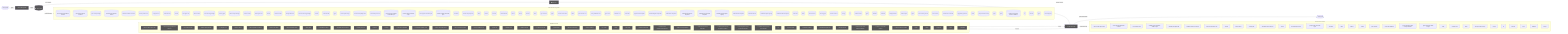
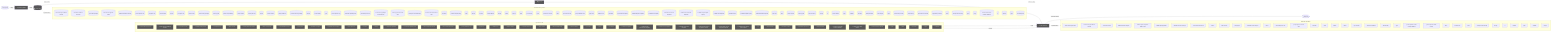
flowchart LR
  UserQ(["👤 User Query"])
  Embed["📐 Embedding Model"]
  VecDB[("📚 Vector Store")]
  Retriever["🔍 Retriever"]
  LLMNode["🧠 LLM / Generator"]
  Output(["✅ Response"])
  UserQ -->|query| Embed
  Embed -->|vector| VecDB
  VecDB -->|top-k chunks| Retriever
  Retriever -->|context + query| LLMNode
  LLMNode -->|generated answer| Output
  subgraph DetectedMemory["Detected memory stores"]
    det_detectedmemory_check_steering_feedback_contract_80134459[("check-steering-feedback-contract")]
    det_detectedmemory_normalize_workflow_contracts_8701f1c8[("normalize-workflow-contracts")]
    det_detectedmemory_sync_codex_preflight_7e7a8dc2[("sync-codex-preflight")]
    det_detectedmemory_test_harness_upgrade_matrix_84113c4e[("test-harness-upgrade-matrix")]
    det_detectedmemory_validate_workflow_contracts_33dc063c[("validate-workflow-contracts")]
    det_detectedmemory_branch_protect_core_a8feb0fd[("branch-protect-core")]
    det_detectedmemory_ci_migrate_core_7005b5af[("ci-migrate-core")]
    det_detectedmemory_context_health_80bb7da9[("context-health")]
    det_detectedmemory_context_ea7792a2[("context")]
    det_detectedmemory_docs_gate_core_eb9b6c18[("docs-gate-core")]
    det_detectedmemory_index_context_de3ed39d[("index-context")]
    det_detectedmemory_local_memory_preflight_dcc36c42[("local-memory-preflight")]
    det_detectedmemory_memory_gate_a577a506[("memory-gate")]
    det_detectedmemory_pattern_scope_siblings_43abe000[("pattern-scope-siblings")]
    det_detectedmemory_review_context_ca6cf81d[("review-context")]
    det_detectedmemory_review_gate_core_4c8001f9[("review-gate-core")]
    det_detectedmemory_search_24193290[("search")]
    det_detectedmemory_session_context_e5ec72c0[("session-context")]
    det_detectedmemory_tooling_audit_core_328d6a41[("tooling-audit-core")]
    det_detectedmemory_run_local_memory_preflight_36e92808[("run-local-memory-preflight")]
    det_detectedmemory_checker_d2d2328e[("checker")]
    det_detectedmemory_context_health_1_ceb11829[("context-health")]
    det_detectedmemory_types_1_4ecdf56e[("types")]
    det_detectedmemory_branch_protect_sync_570adb18[("branch-protect-sync")]
    det_detectedmemory_command_capability_rules_ca3f496a[("command-capability-rules")]
    det_detectedmemory_command_specs_core_1c0ffc99[("command-specs-core")]
    det_detectedmemory_local_memory_preflight_command_spec_9e23f3ce[("local-memory-preflight-command-spec")]
    det_detectedmemory_memory_gate_command_spec_dc9001a9[("memory-gate-command-spec")]
    det_detectedmemory_review_gate_command_spec_3187376a[("review-gate-command-spec")]
    det_detectedmemory_session_context_command_spec_973afbb1[("session-context-command-spec")]
    det_detectedmemory_constants_7517017f[("constants")]
    det_detectedmemory_context_compact_policy_3dcaf95d[("context-compact-policy")]
    det_detectedmemory_index_1bc04b52[("index")]
    det_detectedmemory_indexer_70fa78e5[("indexer")]
    det_detectedmemory_init_error_5c7dd49f[("init-error")]
    det_detectedmemory_lexical_fallback_723e2b3e[("lexical-fallback")]
    det_detectedmemory_ollama_76e3c7bf[("ollama")]
    det_detectedmemory_rollout_a4fa034c[("rollout")]
    det_detectedmemory_sources_878a52fc[("sources")]
    det_detectedmemory_store_824d80d7[("store")]
    det_detectedmemory_sync_contract_c79fa191[("sync-contract")]
    det_detectedmemory_types_5_f869ec4b[("types")]
    det_detectedmemory_harness_run_context_ac7c77a9[("harness-run-context")]
    det_detectedmemory_index_1_faebc14e[("index")]
    det_detectedmemory_json_schema_core_96d7e328[("json-schema-core")]
    det_detectedmemory_policy_validators_core_714a3fe7[("policy-validators-core")]
    det_detectedmemory_types_core_e405ddca[("types-core")]
    det_detectedmemory_validator_core_4358f8ba[("validator-core")]
    det_detectedmemory_init_modes_c05ceb07[("init-modes")]
    det_detectedmemory_project_brain_templates_7ef51530[("project-brain-templates")]
    det_detectedmemory_scaffold_diagram_templates_dd88e83c[("scaffold-diagram-templates")]
    det_detectedmemory_scaffold_doc_templates_f6152330[("scaffold-doc-templates")]
    det_detectedmemory_scaffold_environment_templates_c1ceba6a[("scaffold-environment-templates")]
    det_detectedmemory_scaffold_root_command_templates_404fed7f[("scaffold-root-command-templates")]
    det_detectedmemory_scaffold_script_template_registry_69312d4e[("scaffold-script-template-registry")]
    det_detectedmemory_scaffold_shell_templates_0ad0f915[("scaffold-shell-templates")]
    det_detectedmemory_scaffold_surfaces_12d6494e[("scaffold-surfaces")]
    det_detectedmemory_scaffold_template_registry_b1cce2aa[("scaffold-template-registry")]
    det_detectedmemory_scaffold_workflow_template_92310587[("scaffold-workflow-template")]
    det_detectedmemory_eval_seed_5699fd3e[("eval-seed")]
    det_detectedmemory_index_6_fc9e91e2[("index")]
    det_detectedmemory_review_context_1_e3afed15[("review-context")]
    det_detectedmemory_memory_gate_1_265164ac[("memory-gate")]
    det_detectedmemory_branch_enforcer_acb749cd[("branch-enforcer")]
    det_detectedmemory_cli_args_5_09ea29f0[("cli-args")]
    det_detectedmemory_cli_6_eac72be2[("cli")]
    det_detectedmemory_metrics_tracker_98cec29c[("metrics-tracker")]
    det_detectedmemory_types_15_86775c96[("types")]
    det_detectedmemory_validator_4_5180cf23[("validator")]
    det_detectedmemory_classifier_fe1991a9[("classifier")]
    det_detectedmemory_tooling_baseline_50ab2eeb[("tooling-baseline")]
    det_detectedmemory_claim_helpers_20dc8387[("claim-helpers")]
    det_detectedmemory_types_20_071a0112[("types")]
    det_detectedmemory_local_memory_smoke_1175abfc[("local-memory-smoke")]
    det_detectedmemory_local_memory_0db17ecc[("local-memory")]
    det_detectedmemory_performance_overload_c685bfcf[("performance-overload")]
    det_detectedmemory_suggestion_generator_0956f794[("suggestion-generator")]
    det_detectedmemory_index_8_6f0f20ec[("index")]
    det_detectedmemory_prompt_context_receipt_17b862b2[("prompt-context-receipt")]
    det_detectedmemory_types_27_4d134744[("types")]
    det_detectedmemory_policy_1_fc4198db[("policy")]
    det_detectedmemory_runtime_card_codex_runtime_validation_d8ce9934[("runtime-card-codex-runtime-validation")]
    det_detectedmemory_cli_11_338a8415[("cli")]
    det_detectedmemory_collector_0736fd5b[("collector")]
    det_detectedmemory_types_30_424b976c[("types")]
    det_detectedmemory_overload_guard_2748c559[("overload-guard")]
  end
  VecDB -. "implemented by" .-> DetectedMemory
  subgraph DetectedLLM["Detected LLM clients"]
    det_detectedllm_check_codex_agent_roles_5bb2e89b["check-codex-agent-roles"]
    det_detectedllm_check_steering_feedback_contract_80134459["check-steering-feedback-contract"]
    det_detectedllm_run_harness_evals_77704768["run-harness-evals"]
+     det_detectedllm_validate_decision_request_2e5c325e["validate-decision-request"]
    det_detectedllm_validate_goal_completion_audit_receipt_100d252c["validate-goal-completion-audit-receipt"]
    det_detectedllm_validate_packaged_skill_5e32c890["validate-packaged-skill"]
    det_detectedllm_validate_reviewer_coverage_251efee3["validate-reviewer-coverage"]
    det_detectedllm_check_environment_core_2c16213f["check-environment-core"]
    det_detectedllm_context_ea7792a2["context"]
    det_detectedllm_index_context_de3ed39d["index-context"]
    det_detectedllm_prompt_gate_c5e9d207["prompt-gate"]
    det_detectedllm_remediate_runner_helpers_929fedcc["remediate-runner-helpers"]
    det_detectedllm_search_24193290["search"]
    det_detectedllm_command_specs_core_1c0ffc99["command-specs-core"]
    det_detectedllm_prompt_gate_command_spec_9a941482["prompt-gate-command-spec"]
    det_detectedllm_constants_7517017f["constants"]
    det_detectedllm_index_1bc04b52["index"]
    det_detectedllm_indexer_70fa78e5["indexer"]
    det_detectedllm_ollama_76e3c7bf["ollama"]
    det_detectedllm_sync_contract_c79fa191["sync-contract"]
    det_detectedllm_north_star_validators_cfc926ce["north-star-validators"]
+     det_detectedllm_hilt_boundary_9b36fb15["hilt-boundary"]
+     det_detectedllm_types_7_2f1ed65e["types"]
    det_detectedllm_goal_completion_audit_receipt_validation_9d0f4891["goal-completion-audit-receipt-validation"]
    det_detectedllm_goal_completion_audit_receipt_5e4939c3["goal-completion-audit-receipt"]
    det_detectedllm_index_2_10143590["index"]
    det_detectedllm_sensitive_text_7c11f760["sensitive-text"]
    det_detectedllm_index_8_6f0f20ec["index"]
    det_detectedllm_prompt_context_receipt_17b862b2["prompt-context-receipt"]
    det_detectedllm_cli_args_9_9c136878["cli-args"]
    det_detectedllm_cli_10_35dc8cbd["cli"]
    det_detectedllm_sections_4697ef32["sections"]
    det_detectedllm_types_23_4352ee2e["types"]
    det_detectedllm_validator_6_3688adbf["validator"]
    det_detectedllm_cli_args_10_861cdd3f["cli-args"]
  end
  LLMNode -. "implemented by" .-> DetectedLLM
  subgraph DetectedTools["Agentic tool calls"]
    det_detectedtools_check_codex_agent_roles_5bb2e89b["🔧 check-codex-agent-roles"]
    det_detectedtools_check_steering_feedback_contract_80134459["🔧 check-steering-feedback-contract"]
    det_detectedtools_run_harness_evals_77704768["🔧 run-harness-evals"]
    det_detectedtools_validate_packaged_skill_5e32c890["🔧 validate-packaged-skill"]
    det_detectedtools_ci_migrate_core_7005b5af["🔧 ci-migrate-core"]
    det_detectedtools_doctor_checks_5a2eb2b9["🔧 doctor-checks"]
    det_detectedtools_doctor_github_tool_checks_a53b0382["🔧 doctor-github-tool-checks"]
    det_detectedtools_doctor_tool_checks_4acac51a["🔧 doctor-tool-checks"]
    det_detectedtools_next_blocked_decisions_4140ad2b["🔧 next-blocked-decisions"]
    det_detectedtools_policy_gate_213f7313["🔧 policy-gate"]
    det_detectedtools_remediate_cli_output_cc165396["🔧 remediate-cli-output"]
    det_detectedtools_remediate_runner_helpers_929fedcc["🔧 remediate-runner-helpers"]
    det_detectedtools_review_gate_core_4c8001f9["🔧 review-gate-core"]
    det_detectedtools_checker_d2d2328e["🔧 checker"]
    det_detectedtools_cli_args_1_6144b055["🔧 cli-args"]
    det_detectedtools_command_capabilities_a4d5c71e["🔧 command-capabilities"]
    det_detectedtools_command_capability_rules_ca3f496a["🔧 command-capability-rules"]
    det_detectedtools_linear_command_actions_e430f4f4["🔧 linear-command-actions"]
    det_detectedtools_linear_command_runner_4a740dfc["🔧 linear-command-runner"]
    det_detectedtools_policy_validators_core_714a3fe7["🔧 policy-validators-core"]
    det_detectedtools_types_core_e405ddca["🔧 types-core"]
    det_detectedtools_validator_core_4358f8ba["🔧 validator-core"]
    det_detectedtools_validator_helpers_7b927667["🔧 validator-helpers"]
    det_detectedtools_he_phase_exit_core_1148895b["🔧 he-phase-exit-core"]
    det_detectedtools_ralph_runtime_73d63c0e["🔧 ralph-runtime"]
    det_detectedtools_observed_skill_usage_ed7d5930["🔧 observed-skill-usage"]
    det_detectedtools_closure_evidence_aaa31467["🔧 closure-evidence"]
    det_detectedtools_pr_creator_dc6b1ea4["🔧 pr-creator"]
    det_detectedtools_client_948fe603["🔧 client"]
    det_detectedtools_init_output_360dce91["🔧 init-output"]
    det_detectedtools_scaffold_ci_templates_2afd6392["🔧 scaffold-ci-templates"]
    det_detectedtools_scaffold_codex_environment_templates_334fbbed["🔧 scaffold-codex-environment-templates"]
    det_detectedtools_scaffold_config_templates_4b80ce53["🔧 scaffold-config-templates"]
    det_detectedtools_scaffold_environment_templates_c1ceba6a["🔧 scaffold-environment-templates"]
    det_detectedtools_scaffold_github_actions_pr_pipeline_renderer_1ee18de5["🔧 scaffold-github-actions-pr-pipeline-renderer"]
    det_detectedtools_scaffold_github_actions_pr_pipeline_template_e2b85f62["🔧 scaffold-github-actions-pr-pipeline-template"]
    det_detectedtools_scaffold_release_private_npm_template_075499f8["🔧 scaffold-release-private-npm-template"]
    det_detectedtools_cli_6_eac72be2["🔧 cli"]
    det_detectedtools_metrics_tracker_98cec29c["🔧 metrics-tracker"]
    det_detectedtools_normalise_renderer_85f2e563["🔧 normalise-renderer"]
    det_detectedtools_evaluation_engine_core_e054fe49["🔧 evaluation-engine-core"]
    det_detectedtools_tooling_baseline_50ab2eeb["🔧 tooling-baseline"]
    det_detectedtools_runtime_card_codex_runtime_validation_d8ce9934["🔧 runtime-card-codex-runtime-validation"]
    det_detectedtools_runtime_card_codex_runtime_0655e230["🔧 runtime-card-codex-runtime"]
    det_detectedtools_runtime_evidence_bundle_d471a232["🔧 runtime-evidence-bundle"]
    det_detectedtools_types_32_bfe791ff["🔧 types"]
    det_detectedtools_index_12_762ec91b["🔧 index"]
    det_detectedtools_projection_1b250ea1["🔧 projection"]
    det_detectedtools_types_34_85e6a0bb["🔧 types"]
    det_detectedtools_validation_4_62980ebd["🔧 validation"]
  end
  LLMNode -->|tool use| DetectedTools
  DetectedTools -->|result| LLMNode
  classDef memNode fill:#555,color:#fff
  class VecDB,Retriever memNode
  classDef llmNode fill:#555,color:#fff
  class LLMNode,Embed llmNode
  classDef toolNode fill:#555,color:#fff
  class det_detectedtools_check_codex_agent_roles_5bb2e89b,det_detectedtools_check_steering_feedback_contract_80134459,det_detectedtools_run_harness_evals_77704768,det_detectedtools_validate_packaged_skill_5e32c890,det_detectedtools_ci_migrate_core_7005b5af,det_detectedtools_doctor_checks_5a2eb2b9,det_detectedtools_doctor_github_tool_checks_a53b0382,det_detectedtools_doctor_tool_checks_4acac51a,det_detectedtools_next_blocked_decisions_4140ad2b,det_detectedtools_policy_gate_213f7313,det_detectedtools_remediate_cli_output_cc165396,det_detectedtools_remediate_runner_helpers_929fedcc,det_detectedtools_review_gate_core_4c8001f9,det_detectedtools_checker_d2d2328e,det_detectedtools_cli_args_1_6144b055,det_detectedtools_command_capabilities_a4d5c71e,det_detectedtools_command_capability_rules_ca3f496a,det_detectedtools_linear_command_actions_e430f4f4,det_detectedtools_linear_command_runner_4a740dfc,det_detectedtools_policy_validators_core_714a3fe7,det_detectedtools_types_core_e405ddca,det_detectedtools_validator_core_4358f8ba,det_detectedtools_validator_helpers_7b927667,det_detectedtools_he_phase_exit_core_1148895b,det_detectedtools_ralph_runtime_73d63c0e,det_detectedtools_observed_skill_usage_ed7d5930,det_detectedtools_closure_evidence_aaa31467,det_detectedtools_pr_creator_dc6b1ea4,det_detectedtools_client_948fe603,det_detectedtools_init_output_360dce91,det_detectedtools_scaffold_ci_templates_2afd6392,det_detectedtools_scaffold_codex_environment_templates_334fbbed,det_detectedtools_scaffold_config_templates_4b80ce53,det_detectedtools_scaffold_environment_templates_c1ceba6a,det_detectedtools_scaffold_github_actions_pr_pipeline_renderer_1ee18de5,det_detectedtools_scaffold_github_actions_pr_pipeline_template_e2b85f62,det_detectedtools_scaffold_release_private_npm_template_075499f8,det_detectedtools_cli_6_eac72be2,det_detectedtools_metrics_tracker_98cec29c,det_detectedtools_normalise_renderer_85f2e563,det_detectedtools_evaluation_engine_core_e054fe49,det_detectedtools_tooling_baseline_50ab2eeb,det_detectedtools_runtime_card_codex_runtime_validation_d8ce9934,det_detectedtools_runtime_card_codex_runtime_0655e230,det_detectedtools_runtime_evidence_bundle_d471a232,det_detectedtools_types_32_bfe791ff,det_detectedtools_index_12_762ec91b,det_detectedtools_projection_1b250ea1,det_detectedtools_types_34_85e6a0bb,det_detectedtools_validation_4_62980ebd toolNode
